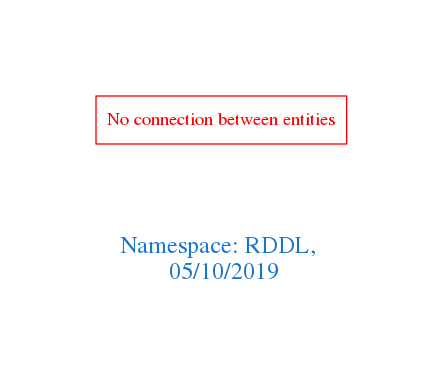
Before: downloads/RDDL.png, a diagram exported from Graphviz (arago/OGIT). Its source is kept beside it as downloads/RDDL.dot.
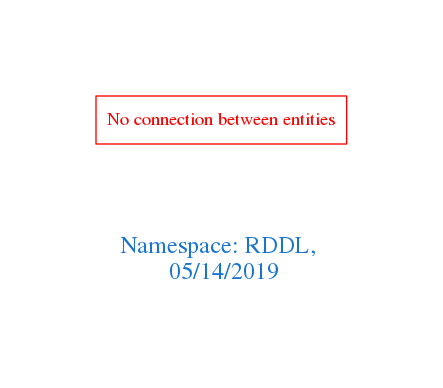
Later version of the same file.

Diff of the diagram source:
```diff
@@ -1,7 +1,7 @@
 digraph OGIT_ontology {
  graph [ rankdir= LR,pad=1
 fontsize = 18,
-fontcolor= dodgerblue3,label = "\n\n\nNamespace: RDDL, \n 05/10/2019"];
+fontcolor= dodgerblue3,label = "\n\n\nNamespace: RDDL, \n 05/14/2019"];
 node[shape=polygon];
 edge [  color="gray81"];
 
```
